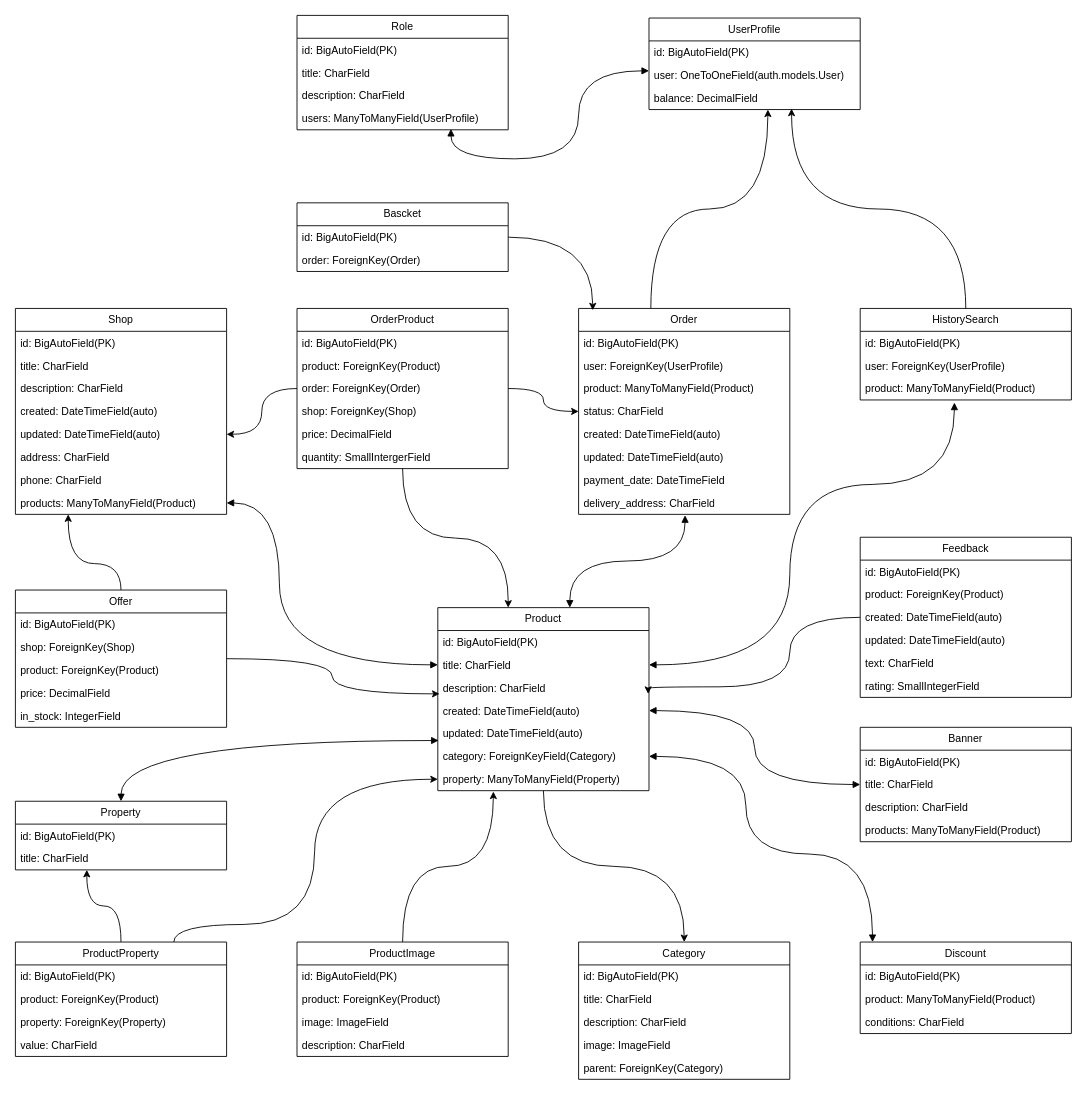
The draw.io diagram docs/db_models_scheme.drawio in romses1906/Marketplace_django, before the edit. Source tidied: cells renumbered, new cells numbered last; positions are measured from the earlier drawing's top-left corner, leaving out a move shared by most shapes. Both pictures are drawn from the tidied source at 88%, with x=0, y=0 at pixel (15, 15).
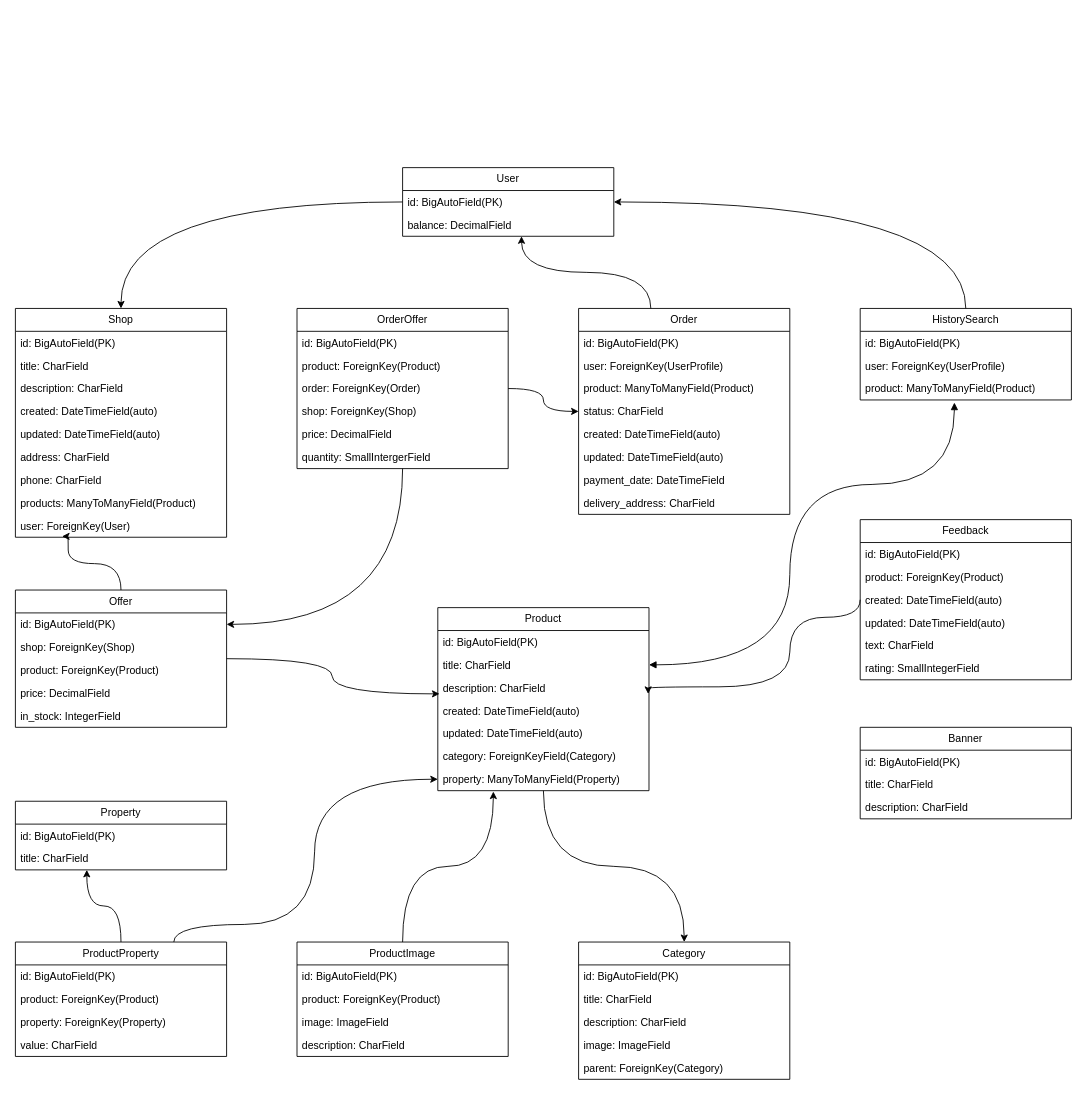
Above is the later version.

Commit message (it also covers changes not shown here):
fix db_models_scheme docs

The change refers to these unchanged cells:
```xml
<mxCell id="10" value="title: CharField" style="text;strokeColor=none;fillColor=none;align=left;verticalAlign=top;spacingLeft=4;spacingRight=4;overflow=hidden;points=[[0,0.5],[1,0.5]];portConstraint=eastwest;whiteSpace=wrap;html=1;" parent="8" vertex="1">
  <mxGeometry y="52" width="240" height="26" as="geometry" />
</mxCell>
<mxCell id="19" value="id:&amp;nbsp;BigAutoField(PK)" style="text;strokeColor=none;fillColor=none;align=left;verticalAlign=top;spacingLeft=4;spacingRight=4;overflow=hidden;points=[[0,0.5],[1,0.5]];portConstraint=eastwest;whiteSpace=wrap;html=1;" parent="18" vertex="1">
  <mxGeometry y="26" width="240" height="26" as="geometry" />
</mxCell>
<mxCell id="27" value="updated:&amp;nbsp;DateTimeField(auto)" style="text;strokeColor=none;fillColor=none;align=left;verticalAlign=top;spacingLeft=4;spacingRight=4;overflow=hidden;points=[[0,0.5],[1,0.5]];portConstraint=eastwest;whiteSpace=wrap;html=1;" parent="22" vertex="1">
  <mxGeometry y="130" width="240" height="26" as="geometry" />
</mxCell>
<mxCell id="30" value="products: ManyToManyField(Product)" style="text;strokeColor=none;fillColor=none;align=left;verticalAlign=top;spacingLeft=4;spacingRight=4;overflow=hidden;points=[[0,0.5],[1,0.5]];portConstraint=eastwest;whiteSpace=wrap;html=1;" parent="22" vertex="1">
  <mxGeometry y="208" width="240" height="26" as="geometry" />
</mxCell>
<mxCell id="33" value="Offer" style="swimlane;fontStyle=0;horizontal=1;startSize=26;fillColor=none;whiteSpace=wrap;html=1;" parent="1" vertex="1">
  <mxGeometry y="653" width="240" height="156" as="geometry" />
</mxCell>
<mxCell id="34" value="id:&amp;nbsp;BigAutoField(PK)" style="text;strokeColor=none;fillColor=none;align=left;verticalAlign=top;spacingLeft=4;spacingRight=4;overflow=hidden;points=[[0,0.5],[1,0.5]];portConstraint=eastwest;whiteSpace=wrap;html=1;" parent="33" vertex="1">
  <mxGeometry y="26" width="240" height="26" as="geometry" />
</mxCell>
<mxCell id="40" value="Product" style="swimlane;fontStyle=0;horizontal=1;startSize=26;fillColor=none;whiteSpace=wrap;html=1;" parent="1" vertex="1">
  <mxGeometry x="480" y="673" width="240" height="208" as="geometry" />
</mxCell>
<mxCell id="42" value="title: CharField" style="text;strokeColor=none;fillColor=none;align=left;verticalAlign=top;spacingLeft=4;spacingRight=4;overflow=hidden;points=[[0,0.5],[1,0.5]];portConstraint=eastwest;whiteSpace=wrap;html=1;" parent="40" vertex="1">
  <mxGeometry y="52" width="240" height="26" as="geometry" />
</mxCell>
<mxCell id="44" value="created:&amp;nbsp;DateTimeField(auto)" style="text;strokeColor=none;fillColor=none;align=left;verticalAlign=top;spacingLeft=4;spacingRight=4;overflow=hidden;points=[[0,0.5],[1,0.5]];portConstraint=eastwest;whiteSpace=wrap;html=1;" parent="40" vertex="1">
  <mxGeometry y="104" width="240" height="26" as="geometry" />
</mxCell>
<mxCell id="45" value="updated:&amp;nbsp;DateTimeField(auto)" style="text;strokeColor=none;fillColor=none;align=left;verticalAlign=top;spacingLeft=4;spacingRight=4;overflow=hidden;points=[[0,0.5],[1,0.5]];portConstraint=eastwest;whiteSpace=wrap;html=1;" parent="40" vertex="1">
  <mxGeometry y="130" width="240" height="26" as="geometry" />
</mxCell>
<mxCell id="46" value="category: ForeignKeyField(Category)" style="text;strokeColor=none;fillColor=none;align=left;verticalAlign=top;spacingLeft=4;spacingRight=4;overflow=hidden;points=[[0,0.5],[1,0.5]];portConstraint=eastwest;whiteSpace=wrap;html=1;" parent="40" vertex="1">
  <mxGeometry y="156" width="240" height="26" as="geometry" />
</mxCell>
<mxCell id="77" value="Order" style="swimlane;fontStyle=0;horizontal=1;startSize=26;fillColor=none;whiteSpace=wrap;html=1;" parent="1" vertex="1">
  <mxGeometry x="640" y="333" width="240" height="234" as="geometry" />
</mxCell>
<mxCell id="85" value="delivery_address: CharField" style="text;strokeColor=none;fillColor=none;align=left;verticalAlign=top;spacingLeft=4;spacingRight=4;overflow=hidden;points=[[0,0.5],[1,0.5]];portConstraint=eastwest;whiteSpace=wrap;html=1;" parent="77" vertex="1">
  <mxGeometry y="208" width="240" height="26" as="geometry" />
</mxCell>
<mxCell id="87" value="HistorySearch" style="swimlane;fontStyle=0;horizontal=1;startSize=26;fillColor=none;whiteSpace=wrap;html=1;" parent="1" vertex="1">
  <mxGeometry x="960" y="333" width="240" height="104" as="geometry" />
</mxCell>
```

Change to the diagram source:
```diff
@@
     <mxCell id="8" value="Banner" style="swimlane;fontStyle=0;horizontal=1;startSize=26;fillColor=none;whiteSpace=wrap;html=1;" parent="1" vertex="1">
-      <mxGeometry x="960" y="809" width="240" height="130" as="geometry" />
+      <mxGeometry x="960" y="809" width="240" height="104" as="geometry" />
     </mxCell>
@@
-    <mxCell id="12" value="products: ManyToManyField(Product)" style="text;strokeColor=none;fillColor=none;align=left;verticalAlign=top;spacingLeft=4;spacingRight=4;overflow=hidden;whiteSpace=wrap;html=1;" parent="8" vertex="1">
-      <mxGeometry y="104" width="240" height="26" as="geometry" />
-    </mxCell>
-    <mxCell id="13" value="Role" style="swimlane;fontStyle=0;horizontal=1;startSize=26;fillColor=none;whiteSpace=wrap;html=1;" parent="1" vertex="1">
-      <mxGeometry x="320" width="240" height="130" as="geometry" />
-    </mxCell>
-    <mxCell id="14" value="id:&amp;nbsp;BigAutoField(PK)" style="text;strokeColor=none;fillColor=none;align=left;verticalAlign=top;spacingLeft=4;spacingRight=4;overflow=hidden;whiteSpace=wrap;html=1;" parent="13" vertex="1">
-      <mxGeometry y="26" width="240" height="26" as="geometry" />
-    </mxCell>
-    <mxCell id="15" value="title: CharField" style="text;strokeColor=none;fillColor=none;align=left;verticalAlign=top;spacingLeft=4;spacingRight=4;overflow=hidden;whiteSpace=wrap;html=1;" parent="13" vertex="1">
-      <mxGeometry y="52" width="240" height="26" as="geometry" />
-    </mxCell>
-    <mxCell id="16" value="description: CharField" style="text;strokeColor=none;fillColor=none;align=left;verticalAlign=top;spacingLeft=4;spacingRight=4;overflow=hidden;whiteSpace=wrap;html=1;" parent="13" vertex="1">
-      <mxGeometry y="78" width="240" height="26" as="geometry" />
-    </mxCell>
-    <mxCell id="17" value="users: ManyToManyField(UserProfile)" style="text;strokeColor=none;fillColor=none;align=left;verticalAlign=top;spacingLeft=4;spacingRight=4;overflow=hidden;points=[[0,0.5],[1,0.5]];portConstraint=eastwest;whiteSpace=wrap;html=1;" parent="13" vertex="1">
-      <mxGeometry y="104" width="240" height="26" as="geometry" />
-    </mxCell>
+    <mxCell id="112" style="edgeStyle=orthogonalEdgeStyle;rounded=0;jettySize=auto;html=1;curved=1;" parent="1" edge="1" source="18" target="22">
+      <mxGeometry relative="1" as="geometry" />
+    </mxCell>
-    <mxCell id="18" value="UserProfile" style="swimlane;fontStyle=0;horizontal=1;startSize=26;fillColor=none;whiteSpace=wrap;html=1;" parent="1" vertex="1">
-      <mxGeometry x="720" y="3" width="240" height="104" as="geometry" />
+    <mxCell id="18" value="User" style="swimlane;fontStyle=0;horizontal=1;startSize=26;fillColor=none;whiteSpace=wrap;html=1;" parent="1" vertex="1">
+      <mxGeometry x="440" y="173" width="240" height="78" as="geometry" />
     </mxCell>
@@
-    <mxCell id="20" value="user:&amp;nbsp;OneToOneField(auth.models.User)" style="text;strokeColor=none;fillColor=none;align=left;verticalAlign=top;spacingLeft=4;spacingRight=4;overflow=hidden;whiteSpace=wrap;html=1;" parent="18" vertex="1">
-      <mxGeometry y="52" width="240" height="26" as="geometry" />
-    </mxCell>
     <mxCell id="21" value="balance:&amp;nbsp;DecimalField" style="text;strokeColor=none;fillColor=none;align=left;verticalAlign=top;spacingLeft=4;spacingRight=4;overflow=hidden;points=[[0,0.5],[1,0.5]];portConstraint=eastwest;whiteSpace=wrap;html=1;" parent="18" vertex="1">
-      <mxGeometry y="78" width="240" height="26" as="geometry" />
+      <mxGeometry y="52" width="240" height="26" as="geometry" />
     </mxCell>
     <mxCell id="22" value="Shop" style="swimlane;fontStyle=0;horizontal=1;startSize=26;fillColor=none;whiteSpace=wrap;html=1;" parent="1" vertex="1">
-      <mxGeometry y="333" width="240" height="234" as="geometry" />
+      <mxGeometry y="333" width="240" height="260" as="geometry" />
     </mxCell>
@@
+    <mxCell id="113" value="user: ForeignKey(User)" style="text;strokeColor=none;fillColor=none;align=left;verticalAlign=top;spacingLeft=4;spacingRight=4;overflow=hidden;points=[[0,0.5],[1,0.5]];portConstraint=eastwest;whiteSpace=wrap;html=1;" parent="22" vertex="1">
+      <mxGeometry y="234" width="240" height="26" as="geometry" />
+    </mxCell>
@@
-    <mxCell id="32" style="edgeStyle=orthogonalEdgeStyle;rounded=0;jettySize=auto;html=1;curved=1;entryX=0.25;entryY=1;entryDx=0;entryDy=0;entryPerimeter=0;" parent="1" edge="1" source="33" target="30">
+    <mxCell id="32" style="edgeStyle=orthogonalEdgeStyle;rounded=0;jettySize=auto;html=1;curved=1;entryX=0.221;entryY=0.962;entryDx=0;entryDy=0;entryPerimeter=0;" parent="1" edge="1" source="33" target="113">
       <mxGeometry relative="1" as="geometry">
         <Array as="points">
           <mxPoint x="120" y="623" />
           <mxPoint x="60" y="623" />
+          <mxPoint x="60" y="592" />
         </Array>
       </mxGeometry>
     </mxCell>
@@
     <mxCell id="59" value="Feedback" style="swimlane;fontStyle=0;horizontal=1;startSize=26;fillColor=none;whiteSpace=wrap;html=1;" parent="1" vertex="1">
-      <mxGeometry x="960" y="593" width="240" height="182" as="geometry" />
+      <mxGeometry x="960" y="573" width="240" height="182" as="geometry" />
     </mxCell>
@@
-    <mxCell id="72" style="edgeStyle=orthogonalEdgeStyle;rounded=0;jettySize=auto;html=1;curved=1;entryX=0.067;entryY=0.009;entryDx=0;entryDy=0;entryPerimeter=0;" parent="1" edge="1" source="73" target="77">
-      <mxGeometry relative="1" as="geometry" />
-    </mxCell>
-    <mxCell id="73" value="Bascket" style="swimlane;fontStyle=0;horizontal=1;startSize=26;fillColor=none;whiteSpace=wrap;html=1;" parent="1" vertex="1">
-      <mxGeometry x="320" y="213" width="240" height="78" as="geometry" />
-    </mxCell>
-    <mxCell id="74" value="id:&amp;nbsp;BigAutoField(PK)" style="text;strokeColor=none;fillColor=none;align=left;verticalAlign=top;spacingLeft=4;spacingRight=4;overflow=hidden;whiteSpace=wrap;html=1;" parent="73" vertex="1">
-      <mxGeometry y="26" width="240" height="26" as="geometry" />
-    </mxCell>
-    <mxCell id="75" value="order: ForeignKey(Order)" style="text;strokeColor=none;fillColor=none;align=left;verticalAlign=top;spacingLeft=4;spacingRight=4;overflow=hidden;whiteSpace=wrap;html=1;" parent="73" vertex="1">
-      <mxGeometry y="52" width="240" height="26" as="geometry" />
-    </mxCell>
@@
-    <mxCell id="86" style="edgeStyle=orthogonalEdgeStyle;rounded=0;jettySize=auto;html=1;entryX=0.675;entryY=0.962;entryDx=0;entryDy=0;curved=1;entryPerimeter=0;" parent="1" edge="1" source="87" target="21">
+    <mxCell id="86" style="edgeStyle=orthogonalEdgeStyle;rounded=0;jettySize=auto;html=1;entryX=1;entryY=0.5;entryDx=0;entryDy=0;curved=1;" parent="1" edge="1" source="87" target="19">
       <mxGeometry relative="1" as="geometry" />
     </mxCell>
@@
-    <mxCell id="91" value="Discount" style="swimlane;fontStyle=0;horizontal=1;startSize=26;fillColor=none;whiteSpace=wrap;html=1;" parent="1" vertex="1">
-      <mxGeometry x="960" y="1053" width="240" height="104" as="geometry" />
-    </mxCell>
-    <mxCell id="92" value="id:&amp;nbsp;BigAutoField(PK)" style="text;strokeColor=none;fillColor=none;align=left;verticalAlign=top;spacingLeft=4;spacingRight=4;overflow=hidden;whiteSpace=wrap;html=1;" parent="91" vertex="1">
-      <mxGeometry y="26" width="240" height="26" as="geometry" />
-    </mxCell>
-    <mxCell id="93" value="product: ManyToManyField(Product)" style="text;strokeColor=none;fillColor=none;align=left;verticalAlign=top;spacingLeft=4;spacingRight=4;overflow=hidden;whiteSpace=wrap;html=1;" parent="91" vertex="1">
-      <mxGeometry y="52" width="240" height="26" as="geometry" />
-    </mxCell>
-    <mxCell id="94" value="conditions: CharField&amp;nbsp;" style="text;strokeColor=none;fillColor=none;align=left;verticalAlign=top;spacingLeft=4;spacingRight=4;overflow=hidden;whiteSpace=wrap;html=1;" parent="91" vertex="1">
-      <mxGeometry y="78" width="240" height="26" as="geometry" />
-    </mxCell>
-    <mxCell id="95" style="edgeStyle=orthogonalEdgeStyle;rounded=0;jettySize=auto;html=1;curved=1;" parent="1" edge="1" source="98">
-      <mxGeometry relative="1" as="geometry">
-        <mxPoint x="560" y="673" as="targetPoint" />
-      </mxGeometry>
-    </mxCell>
@@
-    <mxCell id="97" style="edgeStyle=orthogonalEdgeStyle;rounded=0;jettySize=auto;html=1;curved=1;" parent="1" edge="1" source="98" target="27">
+    <mxCell id="97" style="edgeStyle=orthogonalEdgeStyle;rounded=0;jettySize=auto;html=1;curved=1;entryX=1;entryY=0.5;entryDx=0;entryDy=0;" parent="1" edge="1" source="98" target="34">
       <mxGeometry relative="1" as="geometry" />
     </mxCell>
-    <mxCell id="98" value="OrderProduct" style="swimlane;fontStyle=0;horizontal=1;startSize=26;fillColor=none;whiteSpace=wrap;html=1;" parent="1" vertex="1">
+    <mxCell id="98" value="OrderOffer" style="swimlane;fontStyle=0;horizontal=1;startSize=26;fillColor=none;whiteSpace=wrap;html=1;" parent="1" vertex="1">
       <mxGeometry x="320" y="333" width="240" height="182" as="geometry" />
     </mxCell>
@@
-    <mxCell id="105" style="endArrow=block;startArrow=block;endFill=1;startFill=1;html=1;rounded=0;edgeStyle=orthogonalEdgeStyle;curved=1;entryX=0;entryY=0.5;entryDx=0;entryDy=0;" parent="1" edge="1" source="30" target="42">
-      <mxGeometry relative="1" as="geometry">
-        <Array as="points">
-          <mxPoint x="300" y="554" />
-          <mxPoint x="300" y="738" />
-        </Array>
-      </mxGeometry>
-    </mxCell>
-    <mxCell id="106" style="endArrow=block;startArrow=block;endFill=1;startFill=1;html=1;rounded=0;edgeStyle=orthogonalEdgeStyle;curved=1;entryX=0.004;entryY=0.808;entryDx=0;entryDy=0;entryPerimeter=0;" parent="1" edge="1" target="45">
-      <mxGeometry relative="1" as="geometry">
-        <mxPoint x="120" y="893" as="sourcePoint" />
-      </mxGeometry>
-    </mxCell>
-    <mxCell id="107" style="endArrow=block;startArrow=block;endFill=1;startFill=1;html=1;rounded=0;edgeStyle=orthogonalEdgeStyle;curved=1;exitX=0.625;exitY=0;exitDx=0;exitDy=0;exitPerimeter=0;entryX=0.504;entryY=1.038;entryDx=0;entryDy=0;entryPerimeter=0;" parent="1" edge="1" source="40" target="85">
-      <mxGeometry relative="1" as="geometry" />
-    </mxCell>
-    <mxCell id="108" style="endArrow=block;startArrow=block;endFill=1;startFill=1;html=1;rounded=0;edgeStyle=orthogonalEdgeStyle;curved=1;entryX=0;entryY=0.5;entryDx=0;entryDy=0;exitX=1;exitY=0.5;exitDx=0;exitDy=0;" parent="1" edge="1" source="44" target="10">
-      <mxGeometry relative="1" as="geometry" />
-    </mxCell>
-    <mxCell id="109" style="endArrow=block;startArrow=block;endFill=1;startFill=1;html=1;rounded=0;edgeStyle=orthogonalEdgeStyle;curved=1;exitX=1;exitY=0.5;exitDx=0;exitDy=0;" parent="1" edge="1" source="46" target="91">
-      <mxGeometry relative="1" as="geometry">
-        <Array as="points">
-          <mxPoint x="830" y="842" />
-          <mxPoint x="830" y="953" />
-          <mxPoint x="974" y="953" />
-        </Array>
-      </mxGeometry>
-    </mxCell>
@@
-    <mxCell id="111" style="endArrow=block;startArrow=block;endFill=1;startFill=1;html=1;rounded=0;edgeStyle=orthogonalEdgeStyle;curved=1;exitX=0.729;exitY=0.962;exitDx=0;exitDy=0;exitPerimeter=0;" parent="1" edge="1" source="17">
-      <mxGeometry relative="1" as="geometry">
-        <mxPoint x="720" y="63" as="targetPoint" />
-        <Array as="points">
-          <mxPoint x="495" y="163" />
-          <mxPoint x="640" y="163" />
-          <mxPoint x="640" y="63" />
-        </Array>
-      </mxGeometry>
-    </mxCell>
```
